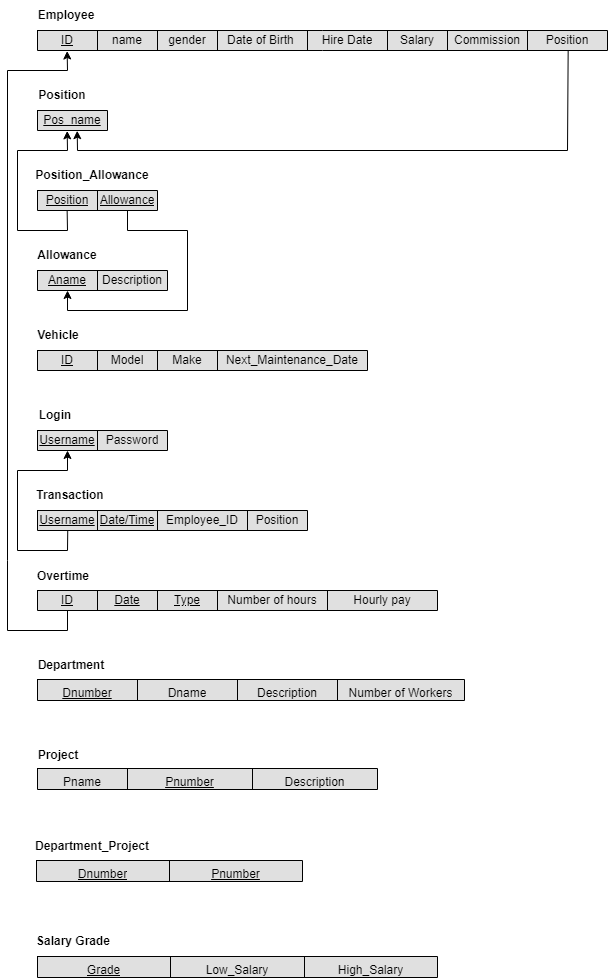
The draw.io diagram Phase 1/Relational Schema.drawio.png in AhmedElkhashn/DB-project, before a commit. Source tidied: cells renumbered, new cells last; positions are measured from the earlier drawing's top-left corner, leaving out a move shared by most shapes.
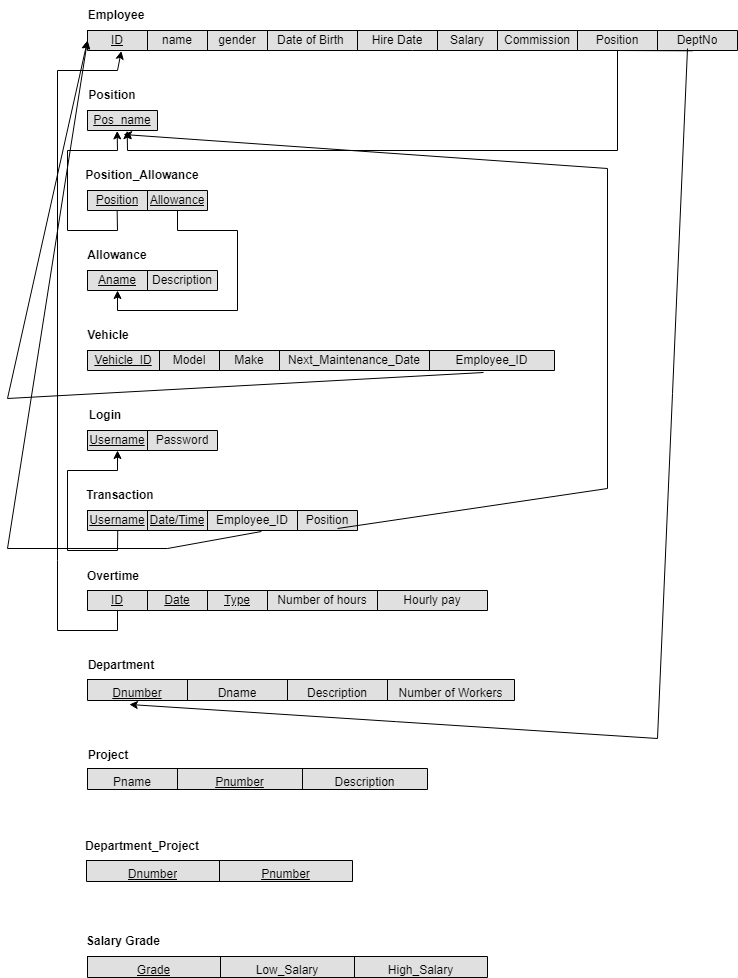
Later version of the same file.

The edit, as a diff of the source:
```diff
@@ -3,10 +3,10 @@
     <mxCell id="0" />
     <mxCell id="1" parent="0" />
     <mxCell id="2" style="shape=table;startSize=0;fontSize=16;fillColor=#E0E0E0;fontColor=#333333;strokeColor=#000000;" parent="1" vertex="1">
-      <mxGeometry x="30" y="30" width="570" height="20" as="geometry" />
+      <mxGeometry x="30" y="30" width="650" height="20" as="geometry" />
     </mxCell>
     <mxCell id="3" style="shape=tableRow;horizontal=0;startSize=0;swimlaneHead=0;swimlaneBody=0;strokeColor=inherit;top=0;left=0;bottom=0;right=0;fillColor=none;points=[[0,0.5],[1,0.5]];portConstraint=eastwest;fontSize=16;" parent="2" vertex="1">
-      <mxGeometry width="570" height="20" as="geometry" />
+      <mxGeometry width="650" height="20" as="geometry" />
     </mxCell>
     <mxCell id="4" value="&lt;u&gt;ID&lt;/u&gt;" style="shape=partialRectangle;html=1;whiteSpace=wrap;strokeColor=inherit;overflow=hidden;fillColor=none;top=0;left=0;bottom=0;right=0;fontSize=12;" parent="3" vertex="1">
       <mxGeometry width="60" height="20" as="geometry" />
@@ -32,6 +32,9 @@
     <mxCell id="11" value="Position" style="shape=partialRectangle;html=1;whiteSpace=wrap;strokeColor=inherit;overflow=hidden;fillColor=none;top=0;left=0;bottom=0;right=0;fontSize=12;" parent="3" vertex="1">
       <mxGeometry x="490" width="80" height="20" as="geometry" />
     </mxCell>
+    <mxCell id="83" value="DeptNo" style="shape=partialRectangle;html=1;whiteSpace=wrap;strokeColor=inherit;overflow=hidden;fillColor=none;top=0;left=0;bottom=0;right=0;fontSize=12;" parent="3" vertex="1">
+      <mxGeometry x="570" width="80" height="20" as="geometry" />
+    </mxCell>
     <mxCell id="12" value="Employee" style="text;html=1;strokeColor=none;fillColor=none;align=center;verticalAlign=middle;whiteSpace=wrap;rounded=0;fontStyle=1;" parent="1" vertex="1">
       <mxGeometry x="29" width="60" height="30" as="geometry" />
     </mxCell>
@@ -66,23 +69,26 @@
       <mxGeometry x="30" y="240" width="60" height="30" as="geometry" />
     </mxCell>
     <mxCell id="23" style="shape=table;startSize=0;fontSize=16;fillColor=#E0E0E0;fontColor=#333333;strokeColor=#000000;" parent="1" vertex="1">
-      <mxGeometry x="30" y="350" width="330" height="20" as="geometry" />
+      <mxGeometry x="30" y="350" width="467" height="20" as="geometry" />
     </mxCell>
     <mxCell id="24" style="shape=tableRow;horizontal=0;startSize=0;swimlaneHead=0;swimlaneBody=0;strokeColor=inherit;top=0;left=0;bottom=0;right=0;fillColor=none;points=[[0,0.5],[1,0.5]];portConstraint=eastwest;fontSize=16;" parent="23" vertex="1">
-      <mxGeometry width="330" height="20" as="geometry" />
+      <mxGeometry width="467" height="20" as="geometry" />
     </mxCell>
-    <mxCell id="25" value="&lt;u&gt;ID&lt;/u&gt;" style="shape=partialRectangle;html=1;whiteSpace=wrap;strokeColor=inherit;overflow=hidden;fillColor=none;top=0;left=0;bottom=0;right=0;fontSize=12;" parent="24" vertex="1">
-      <mxGeometry width="60" height="20" as="geometry" />
+    <mxCell id="25" value="&lt;u&gt;Vehicle_ID&lt;/u&gt;" style="shape=partialRectangle;html=1;whiteSpace=wrap;strokeColor=inherit;overflow=hidden;fillColor=none;top=0;left=0;bottom=0;right=0;fontSize=12;" parent="24" vertex="1">
+      <mxGeometry width="72" height="20" as="geometry" />
     </mxCell>
     <mxCell id="26" value="Model" style="shape=partialRectangle;html=1;whiteSpace=wrap;strokeColor=inherit;overflow=hidden;fillColor=none;top=0;left=0;bottom=0;right=0;fontSize=12;" parent="24" vertex="1">
-      <mxGeometry x="60" width="60" height="20" as="geometry" />
+      <mxGeometry x="72" width="60" height="20" as="geometry" />
     </mxCell>
     <mxCell id="27" value="Make" style="shape=partialRectangle;html=1;whiteSpace=wrap;strokeColor=inherit;overflow=hidden;fillColor=none;top=0;left=0;bottom=0;right=0;fontSize=12;" parent="24" vertex="1">
-      <mxGeometry x="120" width="60" height="20" as="geometry" />
+      <mxGeometry x="132" width="60" height="20" as="geometry" />
     </mxCell>
     <mxCell id="28" value="Next_Maintenance_Date" style="shape=partialRectangle;html=1;whiteSpace=wrap;strokeColor=inherit;overflow=hidden;fillColor=none;top=0;left=0;bottom=0;right=0;fontSize=12;" parent="24" vertex="1">
-      <mxGeometry x="180" width="150" height="20" as="geometry" />
+      <mxGeometry x="192" width="150" height="20" as="geometry" />
     </mxCell>
+    <mxCell id="84" value="Employee_ID" style="shape=partialRectangle;html=1;whiteSpace=wrap;strokeColor=inherit;overflow=hidden;fillColor=none;top=0;left=0;bottom=0;right=0;fontSize=12;" parent="24" vertex="1">
+      <mxGeometry x="342" width="125" height="20" as="geometry" />
+    </mxCell>
     <mxCell id="29" style="shape=table;startSize=0;fontSize=16;fillColor=#e0e0e0;fontColor=#333333;strokeColor=#000000;" parent="1" vertex="1">
       <mxGeometry x="30" y="430" width="130" height="20" as="geometry" />
     </mxCell>
@@ -193,6 +199,7 @@
     <mxCell id="57" style="endArrow=classic;html=1;rounded=0;entryX=0.567;entryY=1.011;entryDx=0;entryDy=0;entryPerimeter=0;exitX=0.931;exitY=1.015;exitDx=0;exitDy=0;exitPerimeter=0;" parent="1" edge="1" source="3" target="53">
       <mxGeometry relative="1" as="geometry">
         <Array as="points">
+          <mxPoint x="560" y="50" />
           <mxPoint x="560" y="150" />
           <mxPoint x="70" y="150" />
         </Array>
@@ -280,5 +287,37 @@
     <mxCell id="82" value="&lt;b&gt;Department_Project&lt;/b&gt;" style="text;html=1;strokeColor=none;fillColor=none;align=center;verticalAlign=middle;whiteSpace=wrap;rounded=0;" parent="1" vertex="1">
       <mxGeometry x="55" y="831" width="60" height="30" as="geometry" />
     </mxCell>
+    <mxCell id="85" style="endArrow=classic;html=1;rounded=0;entryX=0.098;entryY=1.19;entryDx=0;entryDy=0;entryPerimeter=0;" parent="1" edge="1" target="60">
+      <mxGeometry relative="1" as="geometry">
+        <mxPoint x="630" y="48" as="sourcePoint" />
+        <Array as="points">
+          <mxPoint x="600" y="738" />
+        </Array>
+      </mxGeometry>
+    </mxCell>
+    <mxCell id="86" style="endArrow=classic;html=1;rounded=0;entryX=0.514;entryY=1.2;entryDx=0;entryDy=0;entryPerimeter=0;" parent="1" edge="1" target="53">
+      <mxGeometry relative="1" as="geometry">
+        <mxPoint x="280" y="528" as="sourcePoint" />
+        <Array as="points">
+          <mxPoint x="550" y="488" />
+          <mxPoint x="550" y="168" />
+        </Array>
+      </mxGeometry>
+    </mxCell>
+    <mxCell id="87" style="endArrow=classic;html=1;rounded=0;entryX=0;entryY=0.5;entryDx=0;entryDy=0;exitX=0.644;exitY=1.05;exitDx=0;exitDy=0;exitPerimeter=0;" parent="1" edge="1" source="36" target="3">
+      <mxGeometry relative="1" as="geometry">
+        <Array as="points">
+          <mxPoint x="110" y="548" />
+          <mxPoint x="-50" y="548" />
+        </Array>
+      </mxGeometry>
+    </mxCell>
+    <mxCell id="88" style="endArrow=classic;html=1;rounded=0;exitX=0.848;exitY=1.1;exitDx=0;exitDy=0;exitPerimeter=0;entryX=0;entryY=0.5;entryDx=0;entryDy=0;" parent="1" edge="1" source="24" target="3">
+      <mxGeometry relative="1" as="geometry">
+        <Array as="points">
+          <mxPoint x="-50" y="398" />
+        </Array>
+      </mxGeometry>
+    </mxCell>
   </root>
 </mxGraphModel>
```
